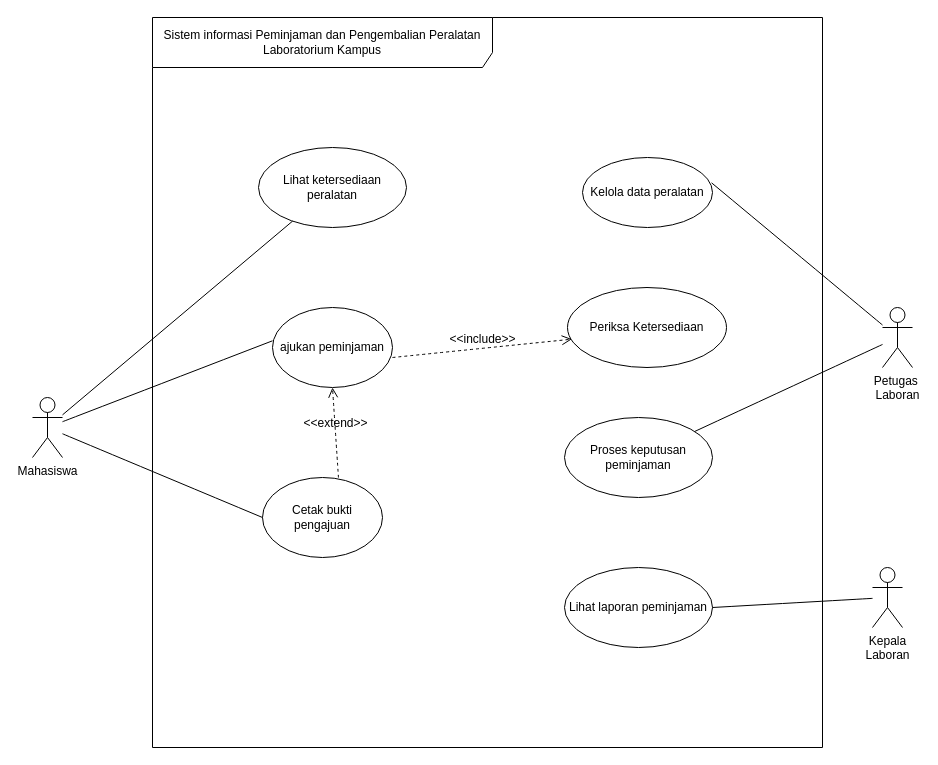
MuhammadYusufFaturahman-55/IFRWP5149_2406002_LabAlat keeps this draw.io diagram as page "Halaman-1" (1 of 2) of 03_latihan_tools/P03/LAB/P03_2406002_LAB_usecase_v01.drawio. Above is the earlier version. Source tidied: cells renumbered, new cells numbered last; positions are measured from the earlier drawing's top-left corner, leaving out a move shared by most shapes. Both pictures are drawn from the tidied source at 100%, with x=0, y=0 at pixel (32, 17).
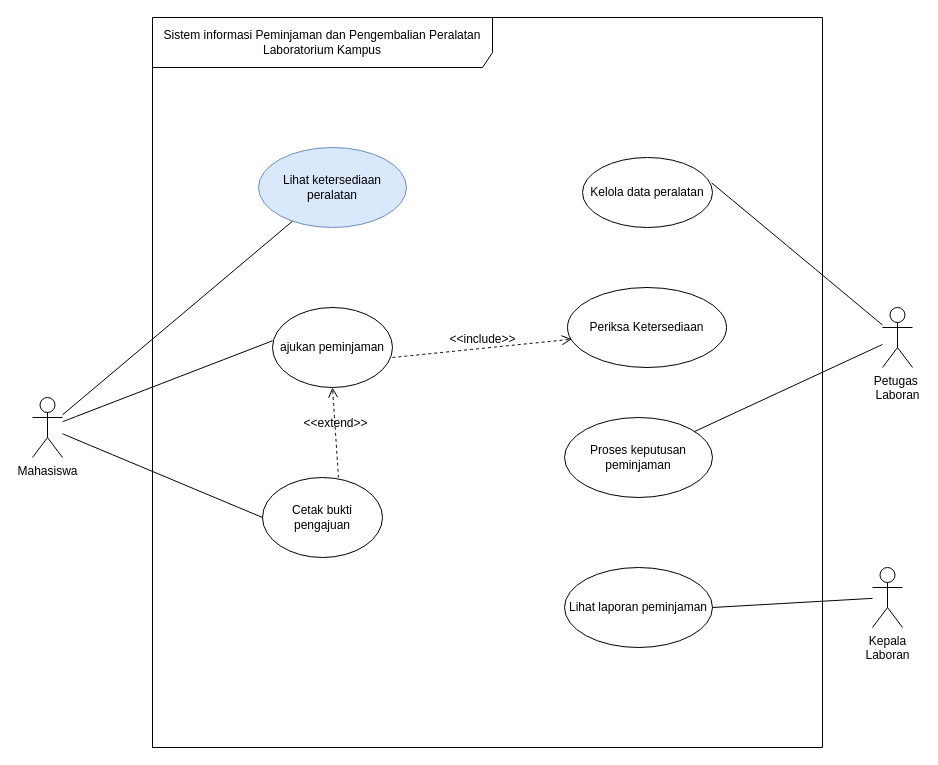
Above is the later version.

The change refers to these unchanged cells:
```xml
<mxCell id="2" value="Sistem informasi Peminjaman dan Pengembalian Peralatan Laboratorium Kampus" style="shape=umlFrame;whiteSpace=wrap;html=1;width=340;height=50;" parent="1" vertex="1">
  <mxGeometry x="120" width="670" height="730" as="geometry" />
</mxCell>
```

Diff of the diagram source:
```diff
@@
-    <mxCell id="3" value="Lihat ketersediaan peralatan" style="ellipse;whiteSpace=wrap;html=1;shapeInside=1;" parent="2" vertex="1">
+    <mxCell id="3" value="Lihat ketersediaan peralatan" style="ellipse;whiteSpace=wrap;html=1;shapeInside=1;fillColor=#dae8fc;strokeColor=#6c8ebf;" parent="2" vertex="1">
       <mxGeometry x="106" y="130" width="148" height="80" as="geometry" />
     </mxCell>
```
